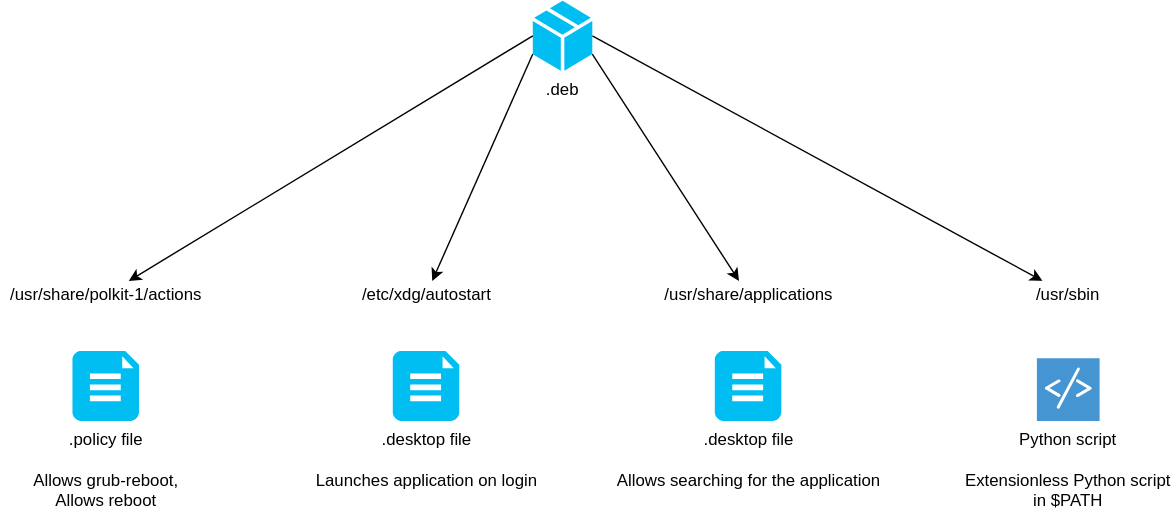
Earlier version of the draw.io export assets/diagram.drawio.svg (mendhak/grub-reboot-picker). Source tidied: cells renumbered, new cells last; positions are measured from the earlier drawing's top-left corner, leaving out a move shared by most shapes.
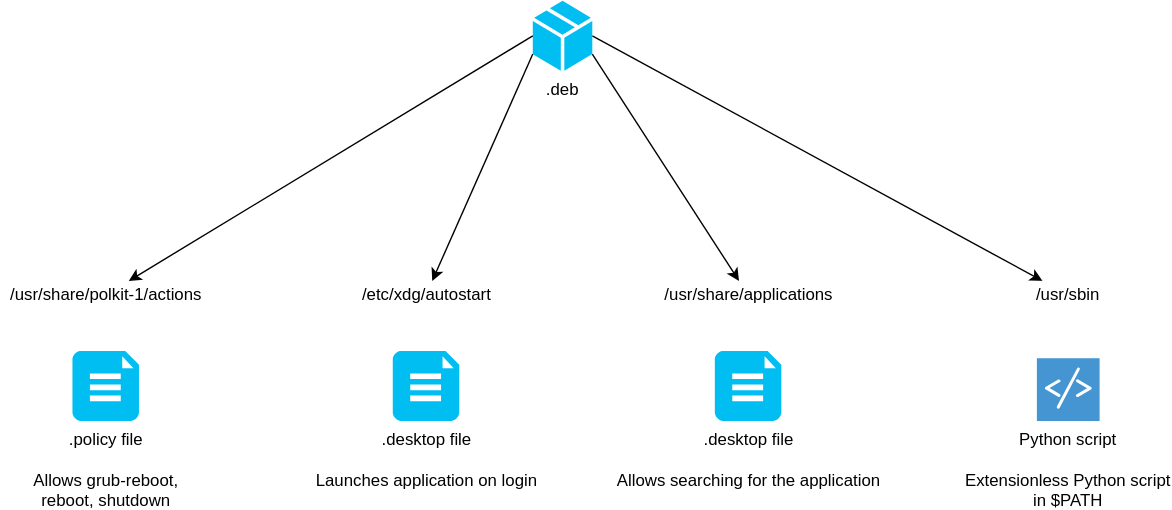
The same file after the commit.

Commit message:
Allows shutdown too

Change to the diagram source:
```diff
@@ -5,7 +5,7 @@
     <mxCell id="2" value="/usr/share/polkit-1/actions" style="text;html=1;align=center;verticalAlign=middle;points=[];" parent="1" vertex="1">
       <mxGeometry y="200" width="150" height="20" as="geometry" />
     </mxCell>
-    <mxCell id="3" value=".policy file&lt;br&gt;&lt;br&gt;Allows grub-reboot,&lt;br&gt;Allows reboot" style="verticalLabelPosition=bottom;html=1;verticalAlign=top;align=center;strokeColor=none;fillColor=#00BEF2;shape=mxgraph.azure.file_2;" parent="1" vertex="1">
+    <mxCell id="3" value=".policy file&lt;br&gt;&lt;br&gt;Allows grub-reboot,&lt;br&gt;reboot, shutdown" style="verticalLabelPosition=bottom;html=1;verticalAlign=top;align=center;strokeColor=none;fillColor=#00BEF2;shape=mxgraph.azure.file_2;" parent="1" vertex="1">
       <mxGeometry x="51.2" y="250" width="47.5" height="50" as="geometry" />
     </mxCell>
     <mxCell id="4" value=".desktop file&lt;br&gt;&lt;br&gt;Launches application on login&lt;br&gt;" style="verticalLabelPosition=bottom;html=1;verticalAlign=top;align=center;strokeColor=none;fillColor=#00BEF2;shape=mxgraph.azure.file_2;" parent="1" vertex="1">
```
